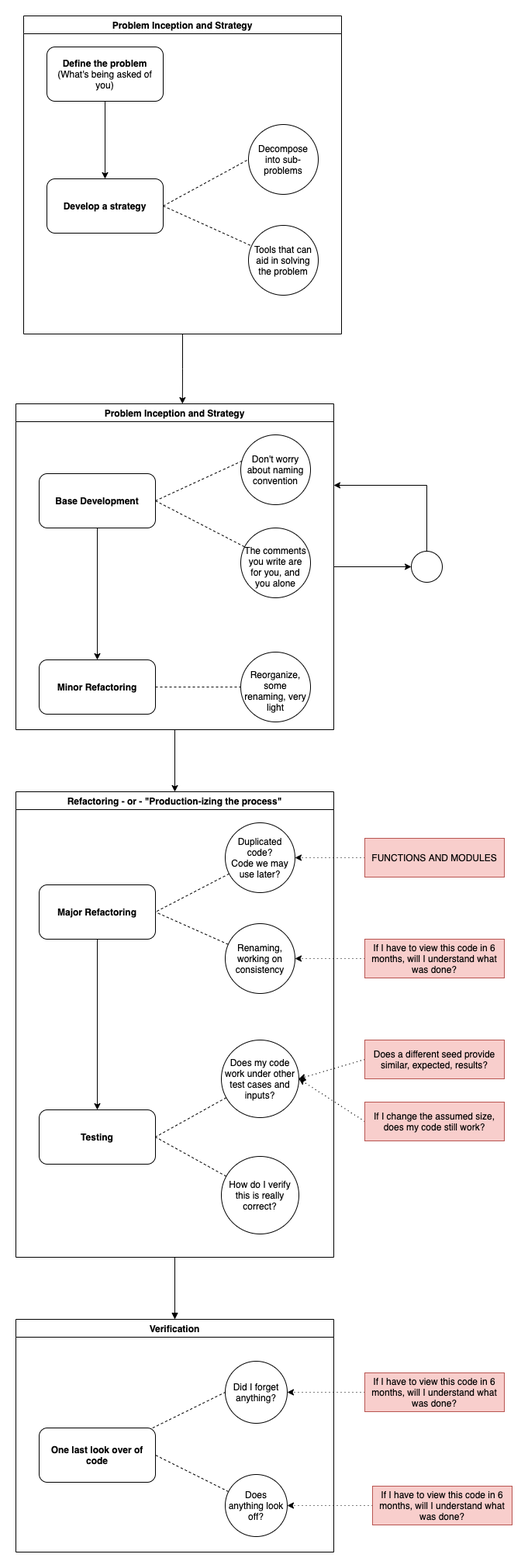
Earlier version of the draw.io export Notebooks/01-Core/04-Lecture.Development-Flow.png (TheDarkTrumpet/BAIS-6040-0EXP-Sum2021). Source tidied: cells renumbered, new cells last; positions are measured from the earlier drawing's top-left corner, leaving out a move shared by most shapes.
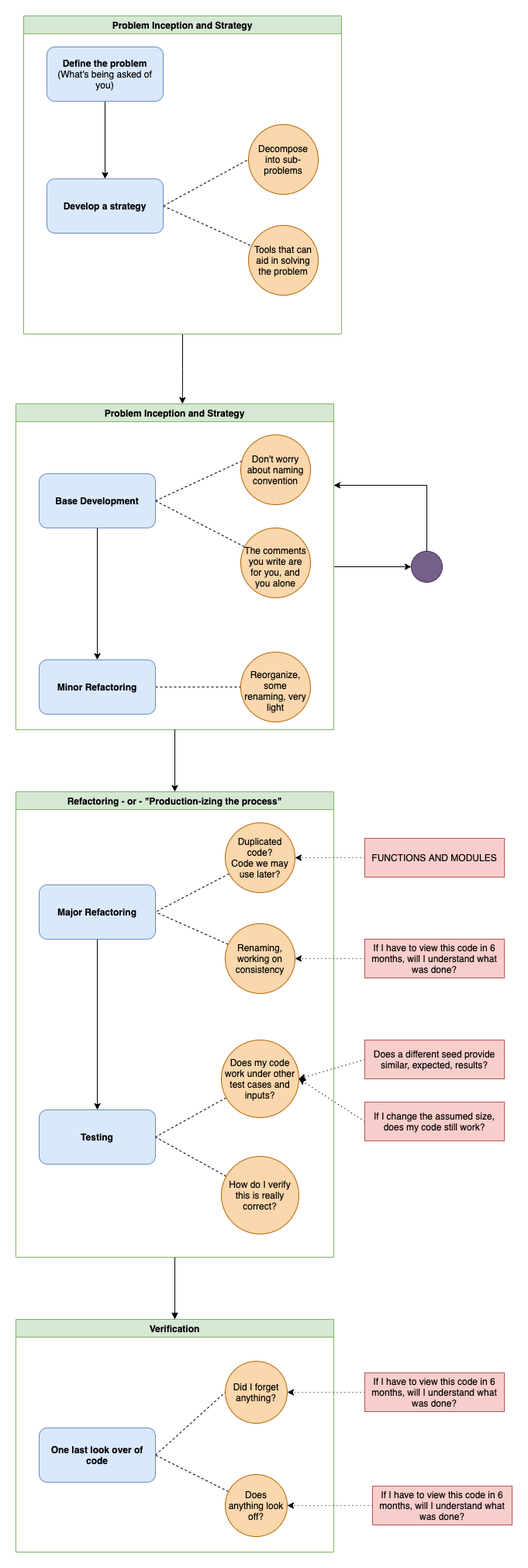
The same file after the commit.

Change to the diagram source:
```diff
@@ -5,7 +5,7 @@
     <mxCell id="2" style="edgeStyle=none;rounded=0;jettySize=auto;html=1;" parent="1" edge="1" source="3" target="23">
       <mxGeometry relative="1" as="geometry" />
     </mxCell>
-    <mxCell id="3" value="Problem Inception and Strategy" style="swimlane;" parent="1" vertex="1">
+    <mxCell id="3" value="Problem Inception and Strategy" style="swimlane;fillColor=#d5e8d4;strokeColor=#82b366;" parent="1" vertex="1">
       <mxGeometry y="500" width="410" height="420" as="geometry" />
     </mxCell>
     <mxCell id="4" style="edgeStyle=orthogonalEdgeStyle;rounded=0;jettySize=auto;html=1;" parent="3" edge="1" source="6" target="9">
@@ -14,7 +14,7 @@
     <mxCell id="5" style="edgeStyle=none;rounded=0;jettySize=auto;html=1;entryX=0.033;entryY=0.367;entryDx=0;entryDy=0;entryPerimeter=0;endArrow=none;endFill=0;dashed=1;exitX=1;exitY=0.5;exitDx=0;exitDy=0;" parent="3" edge="1" source="6" target="10">
       <mxGeometry relative="1" as="geometry" />
     </mxCell>
-    <mxCell id="6" value="&lt;b&gt;Base Development&lt;/b&gt;" style="rounded=1;whiteSpace=wrap;html=1;" parent="3" vertex="1">
+    <mxCell id="6" value="&lt;b&gt;Base Development&lt;/b&gt;" style="rounded=1;whiteSpace=wrap;html=1;fillColor=#dae8fc;strokeColor=#6c8ebf;" parent="3" vertex="1">
       <mxGeometry x="30" y="90" width="150" height="70" as="geometry" />
     </mxCell>
     <mxCell id="7" style="edgeStyle=none;rounded=0;jettySize=auto;html=1;exitX=1;exitY=0.5;exitDx=0;exitDy=0;endArrow=none;endFill=0;dashed=1;" parent="3" edge="1" source="6" target="11">
@@ -23,28 +23,28 @@
     <mxCell id="8" style="edgeStyle=none;rounded=0;jettySize=auto;html=1;entryX=0;entryY=0.5;entryDx=0;entryDy=0;endArrow=none;endFill=0;dashed=1;" parent="3" edge="1" source="9" target="12">
       <mxGeometry relative="1" as="geometry" />
     </mxCell>
-    <mxCell id="9" value="&lt;b&gt;Minor Refactoring&lt;/b&gt;" style="rounded=1;whiteSpace=wrap;html=1;" parent="3" vertex="1">
+    <mxCell id="9" value="&lt;b&gt;Minor Refactoring&lt;/b&gt;" style="rounded=1;whiteSpace=wrap;html=1;fillColor=#dae8fc;strokeColor=#6c8ebf;" parent="3" vertex="1">
       <mxGeometry x="30" y="330" width="150" height="70" as="geometry" />
     </mxCell>
-    <mxCell id="10" value="Don't worry about naming convention" style="ellipse;whiteSpace=wrap;html=1;spacing=3;" parent="3" vertex="1">
+    <mxCell id="10" value="Don't worry about naming convention" style="ellipse;whiteSpace=wrap;html=1;spacing=3;fillColor=#fad7ac;strokeColor=#b46504;" parent="3" vertex="1">
       <mxGeometry x="290" y="40" width="90" height="90" as="geometry" />
     </mxCell>
-    <mxCell id="11" value="The comments you write are for you, and you alone" style="ellipse;whiteSpace=wrap;html=1;spacing=3;spacingBottom=-9;" parent="3" vertex="1">
+    <mxCell id="11" value="The comments you write are for you, and you alone" style="ellipse;whiteSpace=wrap;html=1;spacing=3;spacingBottom=-9;fillColor=#fad7ac;strokeColor=#b46504;" parent="3" vertex="1">
       <mxGeometry x="290" y="160" width="90" height="90" as="geometry" />
     </mxCell>
-    <mxCell id="12" value="Reorganize, some renaming, very light" style="ellipse;whiteSpace=wrap;html=1;spacing=3;spacingBottom=-9;" parent="3" vertex="1">
+    <mxCell id="12" value="Reorganize, some renaming, very light" style="ellipse;whiteSpace=wrap;html=1;spacing=3;spacingBottom=-9;fillColor=#fad7ac;strokeColor=#b46504;" parent="3" vertex="1">
       <mxGeometry x="290" y="320" width="90" height="90" as="geometry" />
     </mxCell>
     <mxCell id="13" style="edgeStyle=orthogonalEdgeStyle;rounded=0;jettySize=auto;html=1;entryX=0.524;entryY=0;entryDx=0;entryDy=0;entryPerimeter=0;" parent="1" edge="1" source="14" target="3">
       <mxGeometry relative="1" as="geometry" />
     </mxCell>
-    <mxCell id="14" value="Problem Inception and Strategy" style="swimlane;" parent="1" vertex="1">
+    <mxCell id="14" value="Problem Inception and Strategy" style="swimlane;fillColor=#d5e8d4;strokeColor=#82b366;" parent="1" vertex="1">
       <mxGeometry x="10" width="410" height="410" as="geometry" />
     </mxCell>
     <mxCell id="15" style="edgeStyle=orthogonalEdgeStyle;rounded=0;jettySize=auto;html=1;" parent="14" edge="1" source="16" target="19">
       <mxGeometry relative="1" as="geometry" />
     </mxCell>
-    <mxCell id="16" value="&lt;b&gt;Define the problem&lt;/b&gt; (What's being asked of you)" style="rounded=1;whiteSpace=wrap;html=1;" parent="14" vertex="1">
+    <mxCell id="16" value="&lt;b&gt;Define the problem&lt;/b&gt; (What's being asked of you)" style="rounded=1;whiteSpace=wrap;html=1;fillColor=#dae8fc;strokeColor=#6c8ebf;" parent="14" vertex="1">
       <mxGeometry x="30" y="40" width="150" height="70" as="geometry" />
     </mxCell>
     <mxCell id="17" style="rounded=0;jettySize=auto;html=1;entryX=0;entryY=0.5;entryDx=0;entryDy=0;endArrow=none;endFill=0;dashed=1;exitX=1;exitY=0.5;exitDx=0;exitDy=0;" parent="14" edge="1" source="19" target="20">
@@ -53,13 +53,13 @@
     <mxCell id="18" style="edgeStyle=none;rounded=0;jettySize=auto;html=1;endArrow=none;endFill=0;dashed=1;exitX=1;exitY=0.5;exitDx=0;exitDy=0;" parent="14" edge="1" source="19" target="21">
       <mxGeometry relative="1" as="geometry" />
     </mxCell>
-    <mxCell id="19" value="&lt;b&gt;Develop a strategy&lt;/b&gt;" style="rounded=1;whiteSpace=wrap;html=1;" parent="14" vertex="1">
+    <mxCell id="19" value="&lt;b&gt;Develop a strategy&lt;/b&gt;" style="rounded=1;whiteSpace=wrap;html=1;fillColor=#dae8fc;strokeColor=#6c8ebf;" parent="14" vertex="1">
       <mxGeometry x="30" y="210" width="150" height="70" as="geometry" />
     </mxCell>
-    <mxCell id="20" value="Decompose into sub-problems" style="ellipse;whiteSpace=wrap;html=1;spacing=3;" parent="14" vertex="1">
+    <mxCell id="20" value="Decompose into sub-problems" style="ellipse;whiteSpace=wrap;html=1;spacing=3;fillColor=#fad7ac;strokeColor=#b46504;" parent="14" vertex="1">
       <mxGeometry x="290" y="140" width="90" height="90" as="geometry" />
     </mxCell>
-    <mxCell id="21" value="Tools that can aid in solving the problem" style="ellipse;whiteSpace=wrap;html=1;spacing=3;" parent="14" vertex="1">
+    <mxCell id="21" value="Tools that can aid in solving the problem" style="ellipse;whiteSpace=wrap;html=1;spacing=3;fillColor=#fad7ac;strokeColor=#b46504;" parent="14" vertex="1">
       <mxGeometry x="290" y="270" width="90" height="90" as="geometry" />
     </mxCell>
     <mxCell id="22" style="edgeStyle=orthogonalEdgeStyle;rounded=0;jettySize=auto;html=1;entryX=1;entryY=0.25;entryDx=0;entryDy=0;exitX=0.5;exitY=0;exitDx=0;exitDy=0;" parent="1" edge="1" source="23" target="3">
@@ -69,43 +69,43 @@
         </Array>
       </mxGeometry>
     </mxCell>
-    <mxCell id="23" style="ellipse;whiteSpace=wrap;html=1;" parent="1" vertex="1">
+    <mxCell id="23" style="ellipse;whiteSpace=wrap;html=1;fillColor=#76608a;strokeColor=#432D57;fontColor=#ffffff;" parent="1" vertex="1">
       <mxGeometry x="510" y="690" width="40" height="40" as="geometry" />
     </mxCell>
-    <mxCell id="24" value="Refactoring - or - &quot;Production-izing the process&quot;" style="swimlane;" parent="1" vertex="1">
+    <mxCell id="24" value="Refactoring - or - &quot;Production-izing the process&quot;" style="swimlane;fillColor=#d5e8d4;strokeColor=#82b366;" parent="1" vertex="1">
       <mxGeometry y="1000" width="410" height="600" as="geometry" />
     </mxCell>
     <mxCell id="25" style="edgeStyle=orthogonalEdgeStyle;rounded=0;jettySize=auto;html=1;" parent="24" edge="1" source="26" target="31">
       <mxGeometry relative="1" as="geometry" />
     </mxCell>
-    <mxCell id="26" value="&lt;b&gt;Major Refactoring&lt;/b&gt;" style="rounded=1;whiteSpace=wrap;html=1;" parent="24" vertex="1">
+    <mxCell id="26" value="&lt;b&gt;Major Refactoring&lt;/b&gt;" style="rounded=1;whiteSpace=wrap;html=1;fillColor=#dae8fc;strokeColor=#6c8ebf;" parent="24" vertex="1">
       <mxGeometry x="30" y="120" width="150" height="70" as="geometry" />
     </mxCell>
     <mxCell id="27" style="rounded=0;jettySize=auto;html=1;entryX=1;entryY=0.5;entryDx=0;entryDy=0;endArrow=none;endFill=0;dashed=1;" parent="24" edge="1" source="28" target="26">
       <mxGeometry relative="1" as="geometry" />
     </mxCell>
-    <mxCell id="28" value="Duplicated code?&lt;br&gt;Code we may use later?" style="ellipse;whiteSpace=wrap;html=1;spacing=3;" parent="24" vertex="1">
+    <mxCell id="28" value="Duplicated code?&lt;br&gt;Code we may use later?" style="ellipse;whiteSpace=wrap;html=1;spacing=3;fillColor=#fad7ac;strokeColor=#b46504;" parent="24" vertex="1">
       <mxGeometry x="270" y="40" width="90" height="90" as="geometry" />
     </mxCell>
     <mxCell id="29" style="rounded=0;jettySize=auto;html=1;entryX=1;entryY=0.5;entryDx=0;entryDy=0;endArrow=none;endFill=0;dashed=1;" parent="24" edge="1" source="30" target="26">
       <mxGeometry relative="1" as="geometry" />
     </mxCell>
-    <mxCell id="30" value="Renaming, working on consistency" style="ellipse;whiteSpace=wrap;html=1;spacing=3;" parent="24" vertex="1">
+    <mxCell id="30" value="Renaming, working on consistency" style="ellipse;whiteSpace=wrap;html=1;spacing=3;fillColor=#fad7ac;strokeColor=#b46504;" parent="24" vertex="1">
       <mxGeometry x="270" y="170" width="90" height="90" as="geometry" />
     </mxCell>
-    <mxCell id="31" value="&lt;b&gt;Testing&lt;/b&gt;" style="rounded=1;whiteSpace=wrap;html=1;" parent="24" vertex="1">
+    <mxCell id="31" value="&lt;b&gt;Testing&lt;/b&gt;" style="rounded=1;whiteSpace=wrap;html=1;fillColor=#dae8fc;strokeColor=#6c8ebf;" parent="24" vertex="1">
       <mxGeometry x="30" y="410" width="150" height="70" as="geometry" />
     </mxCell>
     <mxCell id="32" style="rounded=0;jettySize=auto;html=1;endArrow=none;endFill=0;dashed=1;entryX=1;entryY=0.5;entryDx=0;entryDy=0;" parent="24" edge="1" source="33" target="31">
       <mxGeometry relative="1" as="geometry" />
     </mxCell>
-    <mxCell id="33" value="Does my code work under other test cases and inputs?" style="ellipse;whiteSpace=wrap;html=1;spacing=3;" parent="24" vertex="1">
+    <mxCell id="33" value="Does my code work under other test cases and inputs?" style="ellipse;whiteSpace=wrap;html=1;spacing=3;fillColor=#fad7ac;strokeColor=#b46504;" parent="24" vertex="1">
       <mxGeometry x="265" y="320" width="100" height="100" as="geometry" />
     </mxCell>
     <mxCell id="34" style="rounded=0;jettySize=auto;html=1;entryX=1;entryY=0.5;entryDx=0;entryDy=0;endArrow=none;endFill=0;dashed=1;" parent="24" edge="1" source="35" target="31">
       <mxGeometry relative="1" as="geometry" />
     </mxCell>
-    <mxCell id="35" value="How do I verify this is really correct?" style="ellipse;whiteSpace=wrap;html=1;spacing=3;" parent="24" vertex="1">
+    <mxCell id="35" value="How do I verify this is really correct?" style="ellipse;whiteSpace=wrap;html=1;spacing=3;fillColor=#fad7ac;strokeColor=#b46504;" parent="24" vertex="1">
       <mxGeometry x="265" y="470" width="100" height="100" as="geometry" />
     </mxCell>
     <mxCell id="36" style="edgeStyle=orthogonalEdgeStyle;rounded=0;jettySize=auto;html=1;entryX=1;entryY=0.5;entryDx=0;entryDy=0;dashed=1;dashPattern=1 4;" parent="1" edge="1" source="37" target="28">
@@ -126,22 +126,22 @@
     <mxCell id="41" style="edgeStyle=none;rounded=0;jettySize=auto;html=1;entryX=0.5;entryY=1;entryDx=0;entryDy=0;endArrow=none;endFill=0;startArrow=block;startFill=1;" parent="1" edge="1" source="42" target="24">
       <mxGeometry relative="1" as="geometry" />
     </mxCell>
-    <mxCell id="42" value="Verification" style="swimlane;" parent="1" vertex="1">
+    <mxCell id="42" value="Verification" style="swimlane;fillColor=#d5e8d4;strokeColor=#82b366;" parent="1" vertex="1">
       <mxGeometry y="1680" width="410" height="300" as="geometry" />
     </mxCell>
-    <mxCell id="43" style="rounded=0;jettySize=auto;html=1;entryX=0;entryY=0.5;entryDx=0;entryDy=0;endArrow=none;endFill=0;dashed=1;" parent="42" edge="1" source="44" target="45">
+    <mxCell id="43" style="rounded=0;jettySize=auto;html=1;entryX=0;entryY=0.5;entryDx=0;entryDy=0;endArrow=none;endFill=0;dashed=1;exitX=1;exitY=0.5;exitDx=0;exitDy=0;" parent="42" edge="1" source="44" target="45">
       <mxGeometry relative="1" as="geometry" />
     </mxCell>
-    <mxCell id="44" value="&lt;b&gt;One last look over of code&lt;/b&gt;" style="rounded=1;whiteSpace=wrap;html=1;" parent="42" vertex="1">
+    <mxCell id="44" value="&lt;b&gt;One last look over of code&lt;/b&gt;" style="rounded=1;whiteSpace=wrap;html=1;fillColor=#dae8fc;strokeColor=#6c8ebf;" parent="42" vertex="1">
       <mxGeometry x="30" y="140" width="150" height="70" as="geometry" />
     </mxCell>
-    <mxCell id="45" value="Did I forget anything?" style="ellipse;whiteSpace=wrap;html=1;spacing=3;" parent="42" vertex="1">
+    <mxCell id="45" value="Did I forget anything?" style="ellipse;whiteSpace=wrap;html=1;spacing=3;fillColor=#fad7ac;strokeColor=#b46504;" parent="42" vertex="1">
       <mxGeometry x="270" y="54" width="80" height="80" as="geometry" />
     </mxCell>
     <mxCell id="46" style="rounded=0;jettySize=auto;html=1;entryX=1;entryY=0.5;entryDx=0;entryDy=0;endArrow=none;endFill=0;dashed=1;" parent="42" edge="1" source="47" target="44">
       <mxGeometry relative="1" as="geometry" />
     </mxCell>
-    <mxCell id="47" value="Does anything look off?" style="ellipse;whiteSpace=wrap;html=1;spacing=3;" parent="42" vertex="1">
+    <mxCell id="47" value="Does anything look off?" style="ellipse;whiteSpace=wrap;html=1;spacing=3;fillColor=#fad7ac;strokeColor=#b46504;" parent="42" vertex="1">
       <mxGeometry x="270" y="200" width="80" height="80" as="geometry" />
     </mxCell>
     <mxCell id="48" style="edgeStyle=orthogonalEdgeStyle;rounded=0;jettySize=auto;html=1;entryX=1;entryY=0.5;entryDx=0;entryDy=0;dashed=1;dashPattern=1 4;" parent="1" edge="1" source="49" target="45">
```
